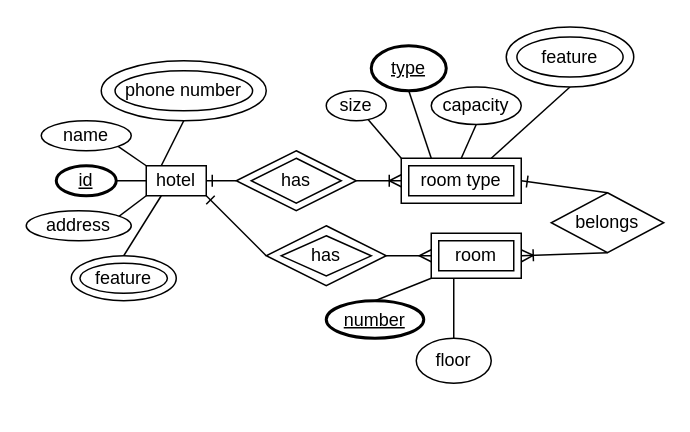
Above: hotel database.drawio in cs374f25/hotel-database (draw.io), before the change. Source tidied: cells renumbered, new cells numbered last; positions are measured from the earlier drawing's top-left corner, leaving out a move shared by most shapes. Both pictures are drawn from the tidied source at 150%, with x=0, y=0 at pixel (26, 27).
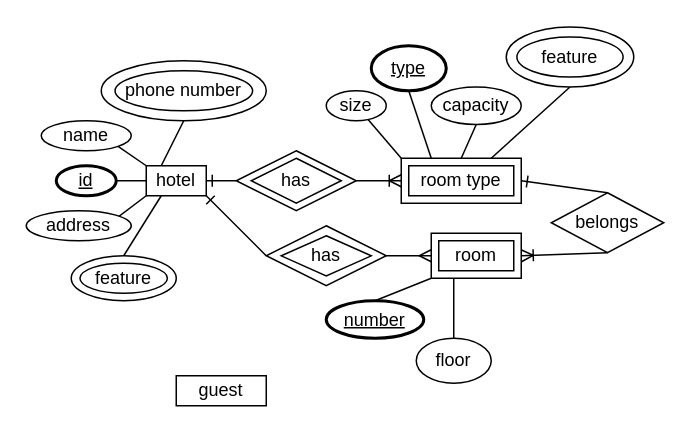
After the change.

Change to the diagram source:
```diff
@@
+    <mxCell id="46" value="guest" style="whiteSpace=wrap;html=1;align=center;" parent="1" vertex="1">
+      <mxGeometry x="100" y="232" width="60" height="20" as="geometry" />
+    </mxCell>
```
